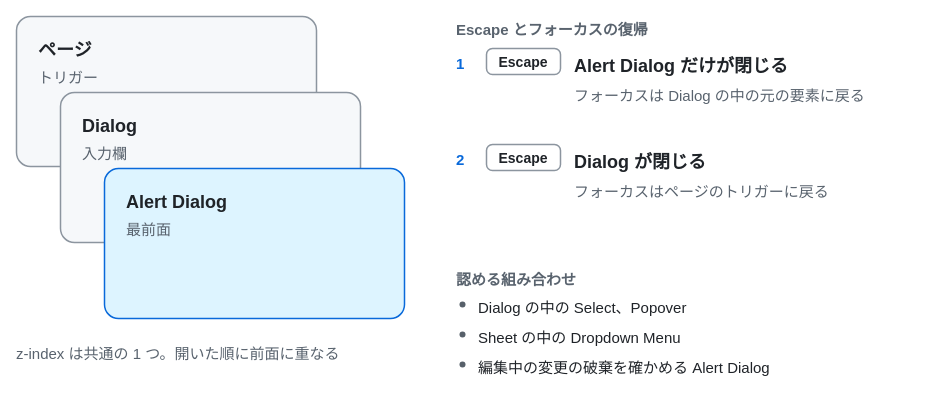
The draw.io diagram docs/diagrams/overlay-nesting.drawio in ISSEI51/flow-design, before the edit. Source tidied: cells renumbered, new cells numbered last; positions are measured from the earlier drawing's top-left corner, leaving out a move shared by most shapes. Both pictures are drawn from the tidied source at 100%, with x=0, y=0 at pixel (16, 16).
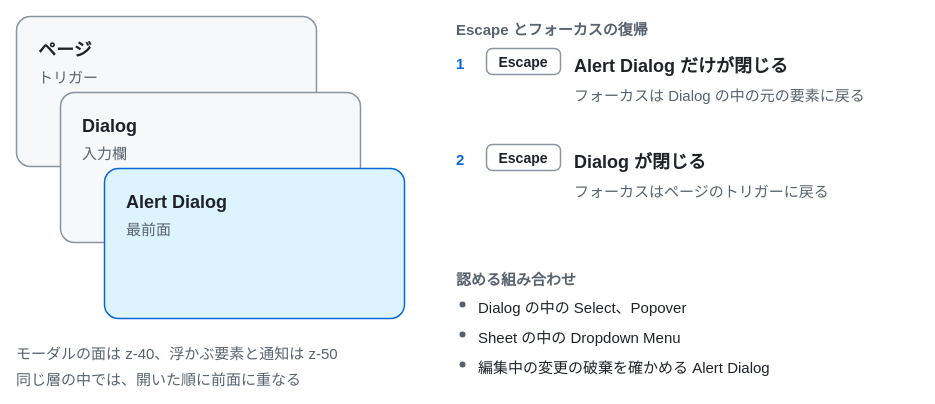
The same page after the edit.

Change to the diagram source:
```diff
@@
-    <mxCell id="29" value="z-index は共通の 1 つ。開いた順に前面に重なる" style="text;html=0;whiteSpace=nowrap;align=left;verticalAlign=top;spacing=0;fontFamily=Helvetica;fontSize=15;fontColor=light-dark(#59636E,#9198A1);fontStyle=0;" parent="1" vertex="1">
-      <mxGeometry y="324" width="400" height="20" as="geometry" />
+    <mxCell id="29" value="モーダルの面は z-40、浮かぶ要素と通知は z-50" style="text;html=0;whiteSpace=nowrap;align=left;verticalAlign=top;spacing=0;fontFamily=Helvetica;fontSize=15;fontColor=light-dark(#59636E,#9198A1);fontStyle=0;" parent="1" vertex="1">
+      <mxGeometry y="324" width="420" height="20" as="geometry" />
     </mxCell>
+    <mxCell id="30" value="同じ層の中では、開いた順に前面に重なる" style="text;html=0;whiteSpace=nowrap;align=left;verticalAlign=top;spacing=0;fontFamily=Helvetica;fontSize=15;fontColor=light-dark(#59636E,#9198A1);fontStyle=0;" parent="1" vertex="1">
+      <mxGeometry y="350" width="420" height="20" as="geometry" />
+    </mxCell>
```
